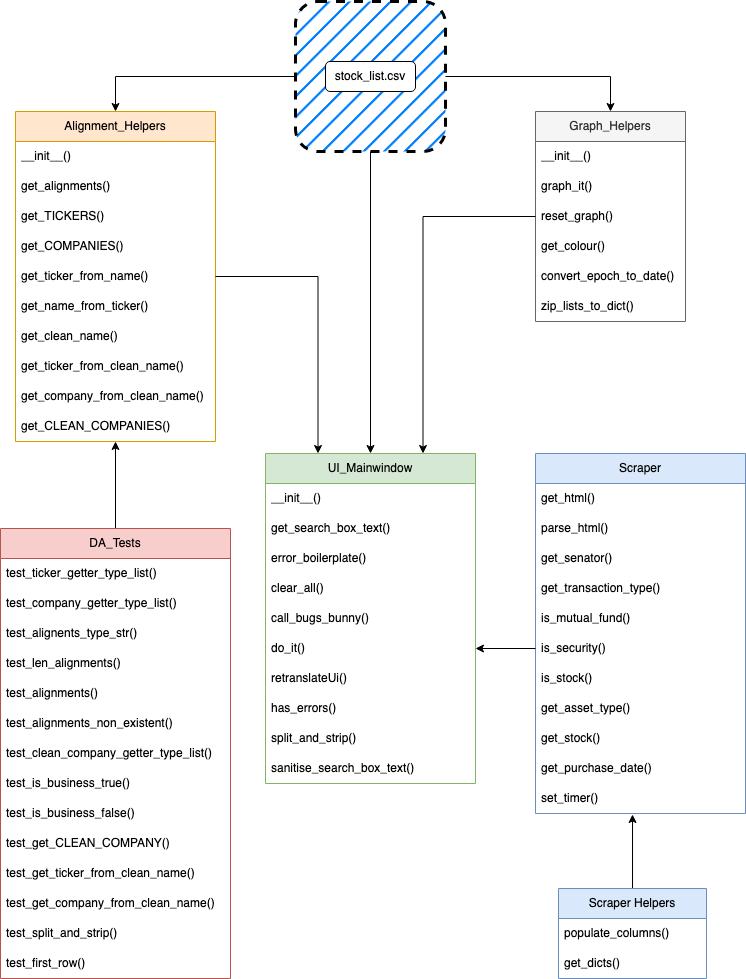
Earlier version of the draw.io export distance_arbitrage.drawio.png (Daegybyte/distarb). Source tidied: cells renumbered, new cells last; positions are measured from the earlier drawing's top-left corner, leaving out a move shared by most shapes.
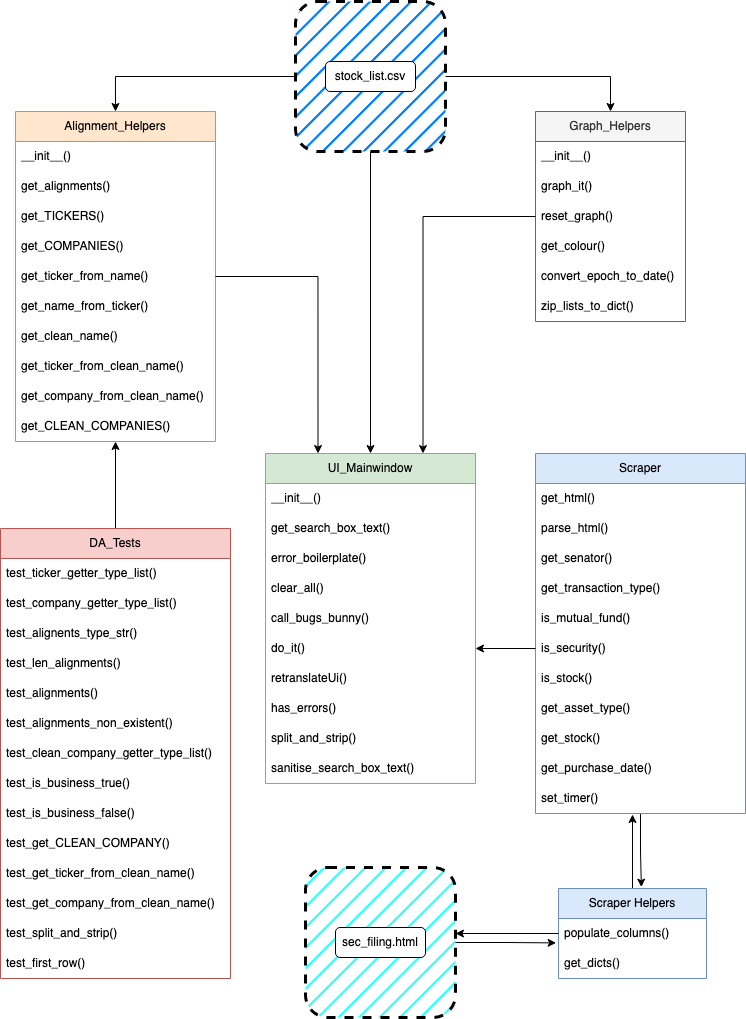
Above is the later version.

Diff of the diagram source:
```diff
@@ -161,6 +161,9 @@
     <mxCell id="54" value="stock_list.csv" style="rounded=1;whiteSpace=wrap;html=1;" parent="52" vertex="1">
       <mxGeometry x="30" y="60" width="90" height="30" as="geometry" />
     </mxCell>
+    <mxCell id="72" style="edgeStyle=orthogonalEdgeStyle;rounded=0;jettySize=auto;html=1;entryX=0.56;entryY=-0.015;entryDx=0;entryDy=0;entryPerimeter=0;" parent="1" edge="1" source="55" target="68">
+      <mxGeometry relative="1" as="geometry" />
+    </mxCell>
     <mxCell id="55" value="Scraper" style="swimlane;fontStyle=0;horizontal=1;startSize=30;whiteSpace=wrap;html=1;fillColor=#dae8fc;strokeColor=#6c8ebf;" parent="1" vertex="1">
       <mxGeometry x="535" y="452" width="210" height="360" as="geometry" />
     </mxCell>
@@ -212,5 +215,20 @@
     <mxCell id="71" style="edgeStyle=orthogonalEdgeStyle;rounded=0;jettySize=auto;html=1;exitX=0;exitY=0.5;exitDx=0;exitDy=0;entryX=1;entryY=0.5;entryDx=0;entryDy=0;" parent="1" edge="1" source="61" target="26">
       <mxGeometry relative="1" as="geometry" />
     </mxCell>
+    <mxCell id="73" style="group;" parent="1" vertex="1">
+      <mxGeometry x="305" y="866" width="150" height="150" as="geometry" />
+    </mxCell>
+    <mxCell id="74" style="whiteSpace=wrap;html=1;rounded=1;dashed=1;strokeWidth=3;fillStyle=hatch;fillColor=#33FFFF;" parent="73" vertex="1">
+      <mxGeometry width="150" height="150" as="geometry" />
+    </mxCell>
+    <mxCell id="75" value="sec_filing.html" style="rounded=1;whiteSpace=wrap;html=1;" parent="73" vertex="1">
+      <mxGeometry x="30" y="60" width="90" height="30" as="geometry" />
+    </mxCell>
+    <mxCell id="76" style="edgeStyle=orthogonalEdgeStyle;rounded=0;jettySize=auto;html=1;entryX=-0.016;entryY=0.814;entryDx=0;entryDy=0;entryPerimeter=0;" parent="1" edge="1" source="74" target="69">
+      <mxGeometry relative="1" as="geometry" />
+    </mxCell>
+    <mxCell id="77" style="edgeStyle=orthogonalEdgeStyle;rounded=0;jettySize=auto;html=1;entryX=1;entryY=0.44;entryDx=0;entryDy=0;entryPerimeter=0;" parent="1" edge="1" source="69" target="74">
+      <mxGeometry relative="1" as="geometry" />
+    </mxCell>
   </root>
 </mxGraphModel>
```
